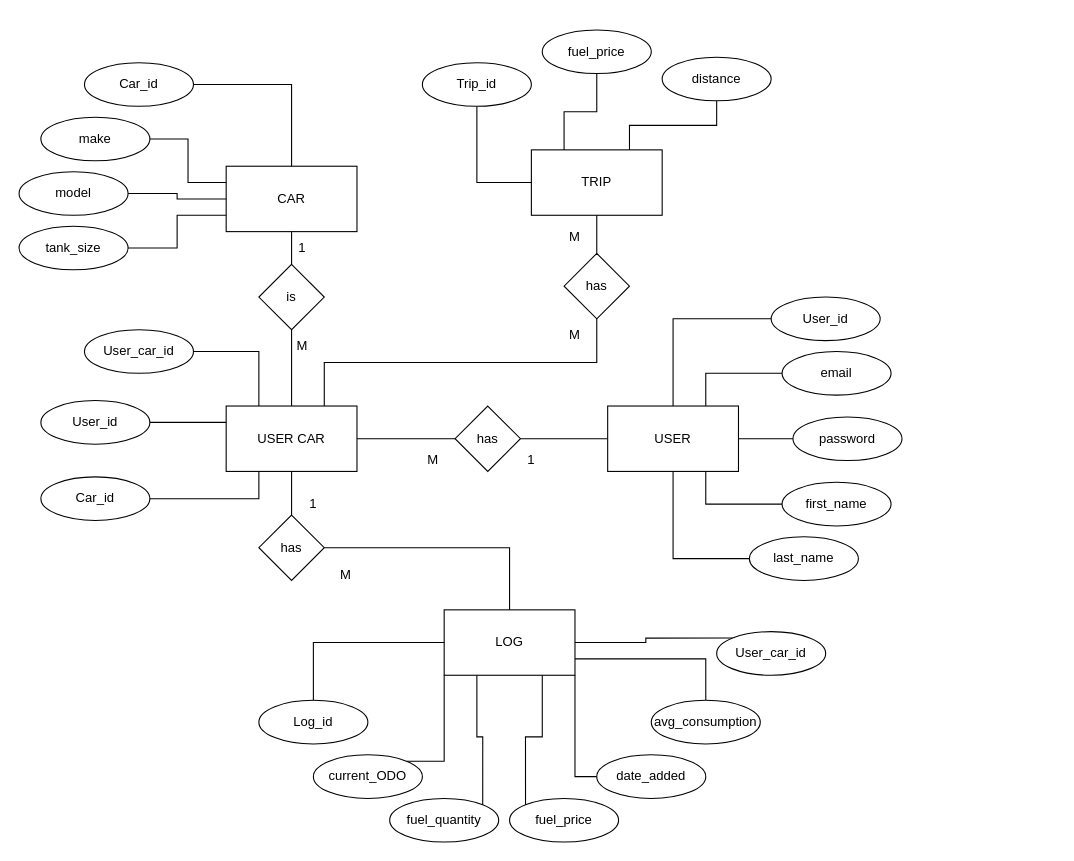
jordansaker/ERDs keeps this draw.io diagram as Fuel-log-API.drawio. Above is the earlier version. Source tidied: cells renumbered, new cells numbered last; positions are measured from the earlier drawing's top-left corner, leaving out a move shared by most shapes. Both pictures are drawn from the tidied source at 109%, with x=0, y=0 at pixel (19, 29).
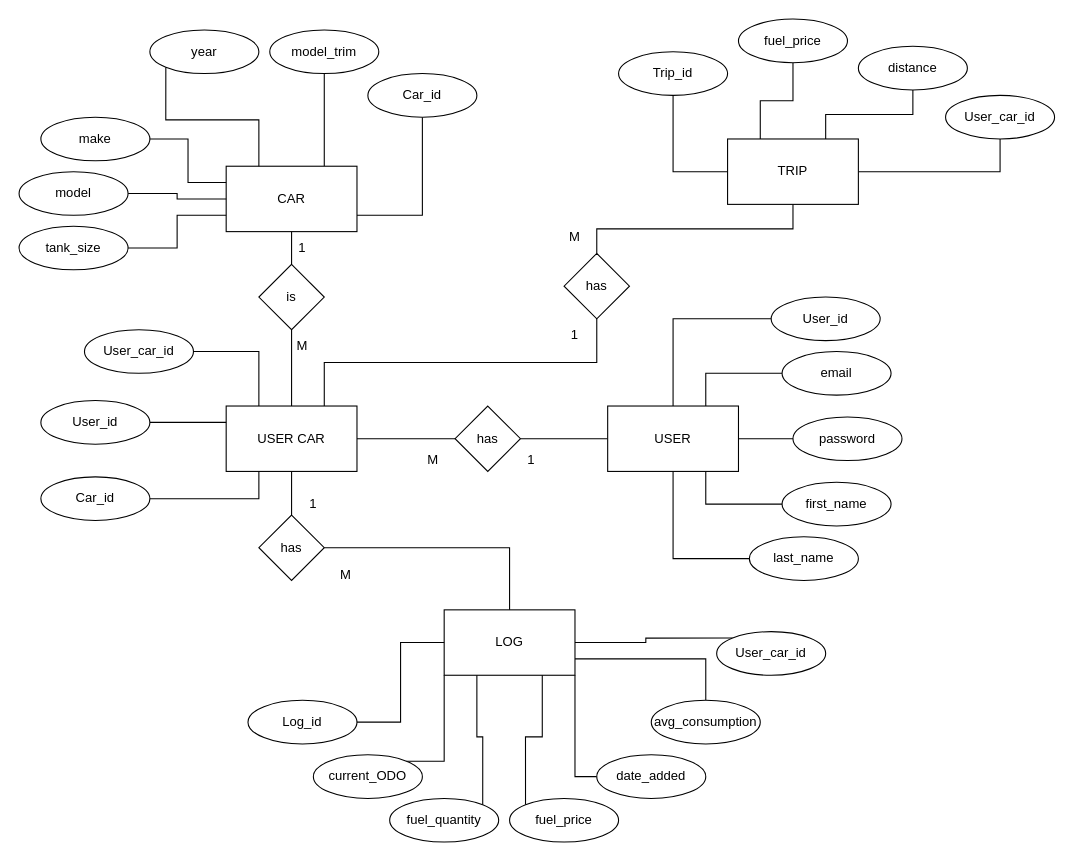
The same page after the edit.

The change refers to these unchanged cells:
```xml
<mxCell id="4" value="CAR" style="rounded=0;whiteSpace=wrap;html=1;" parent="1" vertex="1">
  <mxGeometry x="190" y="125" width="120" height="60" as="geometry" />
</mxCell>
<mxCell id="6" value="LOG" style="rounded=0;whiteSpace=wrap;html=1;" parent="1" vertex="1">
  <mxGeometry x="390" y="532" width="120" height="60" as="geometry" />
</mxCell>
```

What changed in the source:
```diff
@@
+    <mxCell id="71" style="edgeStyle=orthogonalEdgeStyle;rounded=0;jettySize=auto;html=1;exitX=0.75;exitY=0;exitDx=0;exitDy=0;entryX=0.5;entryY=1;entryDx=0;entryDy=0;endArrow=none;endFill=0;" parent="1" edge="1" source="4" target="75">
+      <mxGeometry relative="1" as="geometry" />
+    </mxCell>
@@
+    <mxCell id="72" style="edgeStyle=orthogonalEdgeStyle;rounded=0;jettySize=auto;html=1;exitX=1;exitY=0.5;exitDx=0;exitDy=0;entryX=0.5;entryY=1;entryDx=0;entryDy=0;endArrow=none;endFill=0;" parent="1" edge="1" source="7" target="76">
+      <mxGeometry relative="1" as="geometry" />
+    </mxCell>
     <mxCell id="7" value="TRIP" style="rounded=0;whiteSpace=wrap;html=1;" parent="1" vertex="1">
-      <mxGeometry x="470" y="110" width="120" height="60" as="geometry" />
+      <mxGeometry x="650" y="100" width="120" height="60" as="geometry" />
     </mxCell>
@@
-    <mxCell id="32" style="edgeStyle=orthogonalEdgeStyle;rounded=0;jettySize=auto;html=1;exitX=0.5;exitY=0;exitDx=0;exitDy=0;entryX=0;entryY=0.5;entryDx=0;entryDy=0;endArrow=none;endFill=0;" parent="1" edge="1" source="33" target="6">
+    <mxCell id="32" style="edgeStyle=orthogonalEdgeStyle;rounded=0;jettySize=auto;html=1;exitX=1;exitY=0.5;exitDx=0;exitDy=0;entryX=0;entryY=0.5;entryDx=0;entryDy=0;endArrow=none;endFill=0;" parent="1" edge="1" source="33" target="6">
       <mxGeometry relative="1" as="geometry" />
     </mxCell>
     <mxCell id="33" value="Log_id" style="ellipse;whiteSpace=wrap;html=1;" parent="1" vertex="1">
-      <mxGeometry x="220" y="615" width="100" height="40" as="geometry" />
+      <mxGeometry x="210" y="615" width="100" height="40" as="geometry" />
     </mxCell>
@@
     <mxCell id="48" value="Trip_id" style="ellipse;whiteSpace=wrap;html=1;" parent="1" vertex="1">
-      <mxGeometry x="370" y="30" width="100" height="40" as="geometry" />
+      <mxGeometry x="550" y="20" width="100" height="40" as="geometry" />
     </mxCell>
@@
     <mxCell id="50" value="fuel_price" style="ellipse;whiteSpace=wrap;html=1;" parent="1" vertex="1">
-      <mxGeometry x="480" width="100" height="40" as="geometry" />
+      <mxGeometry x="660" y="-10" width="100" height="40" as="geometry" />
     </mxCell>
@@
     <mxCell id="52" value="distance" style="ellipse;whiteSpace=wrap;html=1;" parent="1" vertex="1">
-      <mxGeometry x="590" y="25" width="100" height="40" as="geometry" />
+      <mxGeometry x="770" y="15" width="100" height="40" as="geometry" />
     </mxCell>
-    <mxCell id="53" style="edgeStyle=orthogonalEdgeStyle;rounded=0;jettySize=auto;html=1;exitX=1;exitY=0.5;exitDx=0;exitDy=0;endArrow=none;endFill=0;" parent="1" edge="1" source="54" target="4">
-      <mxGeometry relative="1" as="geometry" />
-    </mxCell>
-    <mxCell id="54" value="Car_id" style="ellipse;whiteSpace=wrap;html=1;" parent="1" vertex="1">
-      <mxGeometry x="60" y="30" width="100" height="40" as="geometry" />
-    </mxCell>
@@
-    <mxCell id="63" value="M" style="text;html=1;strokeColor=none;fillColor=none;align=center;verticalAlign=middle;whiteSpace=wrap;rounded=0;" parent="1" vertex="1">
+    <mxCell id="63" value="1" style="text;html=1;strokeColor=none;fillColor=none;align=center;verticalAlign=middle;whiteSpace=wrap;rounded=0;" parent="1" vertex="1">
       <mxGeometry x="480" y="265" width="60" height="30" as="geometry" />
     </mxCell>
@@
+    <mxCell id="73" style="edgeStyle=orthogonalEdgeStyle;rounded=0;jettySize=auto;html=1;exitX=0;exitY=1;exitDx=0;exitDy=0;entryX=0.25;entryY=0;entryDx=0;entryDy=0;endArrow=none;endFill=0;" parent="1" edge="1" source="74" target="4">
+      <mxGeometry relative="1" as="geometry" />
+    </mxCell>
+    <mxCell id="74" value="year" style="ellipse;whiteSpace=wrap;html=1;" parent="1" vertex="1">
+      <mxGeometry x="120" width="100" height="40" as="geometry" />
+    </mxCell>
+    <mxCell id="75" value="model_trim" style="ellipse;whiteSpace=wrap;html=1;" parent="1" vertex="1">
+      <mxGeometry x="230" width="100" height="40" as="geometry" />
+    </mxCell>
+    <mxCell id="76" value="User_car_id" style="ellipse;whiteSpace=wrap;html=1;" parent="1" vertex="1">
+      <mxGeometry x="850" y="60" width="100" height="40" as="geometry" />
+    </mxCell>
+    <mxCell id="53" style="edgeStyle=orthogonalEdgeStyle;rounded=0;jettySize=auto;html=1;exitX=0.5;exitY=1;exitDx=0;exitDy=0;entryX=1;entryY=0.75;entryDx=0;entryDy=0;endArrow=none;endFill=0;" parent="1" edge="1" source="54" target="4">
+      <mxGeometry relative="1" as="geometry" />
+    </mxCell>
+    <mxCell id="54" value="Car_id" style="ellipse;whiteSpace=wrap;html=1;" parent="1" vertex="1">
+      <mxGeometry x="320" y="40" width="100" height="40" as="geometry" />
+    </mxCell>
```
